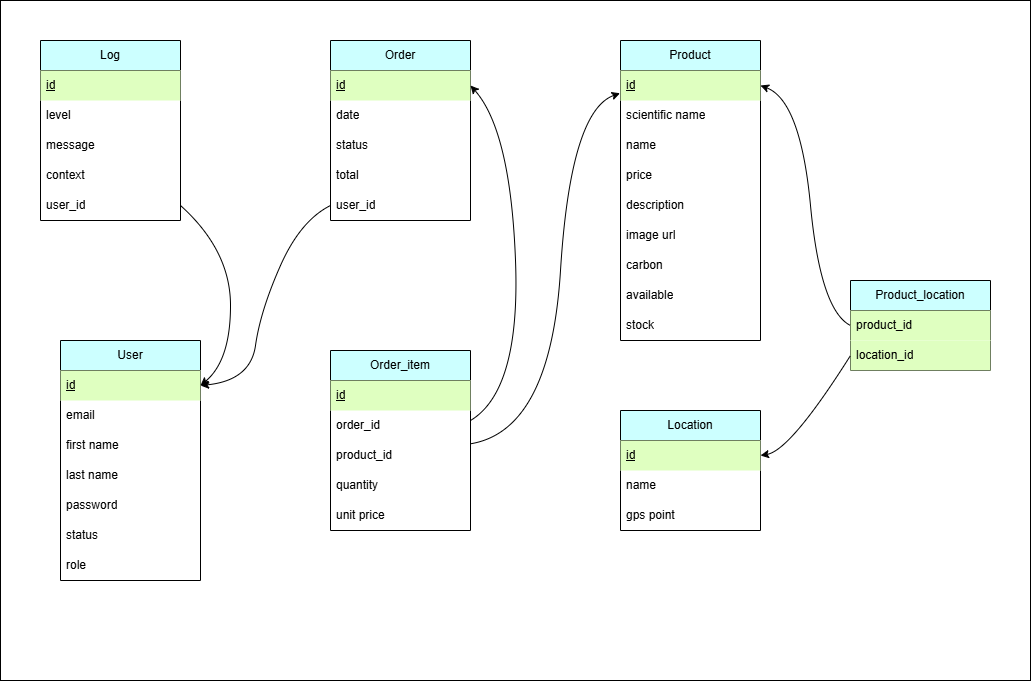
This is documents/Apothéose/merise/mld/MLD_GreenRoots.drawio.png from Salyarket/GreenRoots-Conception, a draw.io export, as it was before one commit. Source tidied: cells renumbered, new cells last; positions are measured from the earlier drawing's top-left corner, leaving out a move shared by most shapes.
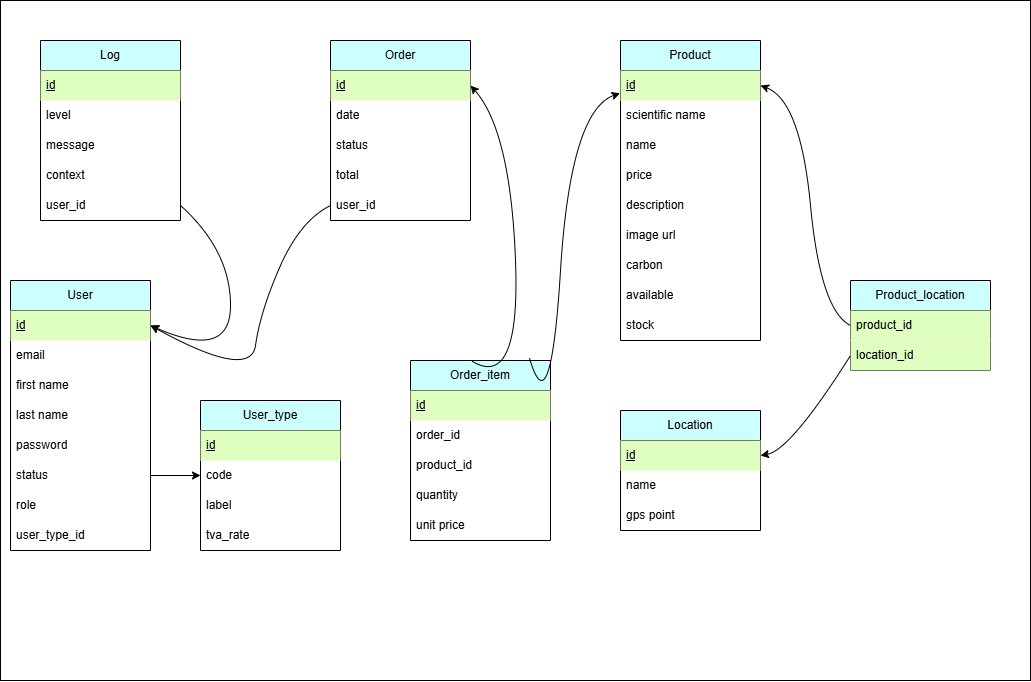
The same diagram one commit later.

What changed in the source:
```diff
@@ -6,7 +6,7 @@
       <mxGeometry width="1030" height="680" as="geometry" />
     </mxCell>
     <mxCell id="3" value="User" style="swimlane;fontStyle=0;horizontal=1;startSize=30;whiteSpace=wrap;html=1;fillColor=#CCFFFF;" parent="1" vertex="1">
-      <mxGeometry x="60" y="340" width="140" height="240" as="geometry" />
+      <mxGeometry x="10" y="280" width="140" height="270" as="geometry" />
     </mxCell>
     <mxCell id="4" value="&lt;u&gt;id&lt;/u&gt;" style="text;strokeColor=none;fillColor=#DFFFC0;align=left;verticalAlign=middle;spacingLeft=4;spacingRight=4;overflow=hidden;points=[[0,0.5],[1,0.5]];portConstraint=eastwest;whiteSpace=wrap;html=1;" parent="3" vertex="1">
       <mxGeometry y="30" width="140" height="30" as="geometry" />
@@ -26,8 +26,11 @@
     <mxCell id="9" value="status" style="text;strokeColor=none;fillColor=none;align=left;verticalAlign=middle;spacingLeft=4;spacingRight=4;overflow=hidden;points=[[0,0.5],[1,0.5]];portConstraint=eastwest;whiteSpace=wrap;html=1;" parent="3" vertex="1">
       <mxGeometry y="180" width="140" height="30" as="geometry" />
     </mxCell>
+    <mxCell id="52" value="role" style="text;strokeColor=none;fillColor=none;align=left;verticalAlign=middle;spacingLeft=4;spacingRight=4;overflow=hidden;whiteSpace=wrap;html=1;" parent="3" vertex="1">
+      <mxGeometry y="210" width="140" height="30" as="geometry" />
+    </mxCell>
-    <mxCell id="10" value="role" style="text;strokeColor=none;fillColor=none;align=left;verticalAlign=middle;spacingLeft=4;spacingRight=4;overflow=hidden;whiteSpace=wrap;html=1;" parent="3" vertex="1">
-      <mxGeometry y="210" width="140" height="30" as="geometry" />
+    <mxCell id="10" value="user_type_id" style="text;strokeColor=none;fillColor=none;align=left;verticalAlign=middle;spacingLeft=4;spacingRight=4;overflow=hidden;whiteSpace=wrap;html=1;" parent="3" vertex="1">
+      <mxGeometry y="240" width="140" height="30" as="geometry" />
     </mxCell>
     <mxCell id="11" value="Product" style="swimlane;fontStyle=0;horizontal=1;startSize=30;whiteSpace=wrap;html=1;fillColor=#CCFFFF;" parent="1" vertex="1">
       <mxGeometry x="620" y="40" width="140" height="300" as="geometry" />
@@ -108,7 +111,7 @@
       <mxGeometry y="150" width="140" height="30" as="geometry" />
     </mxCell>
     <mxCell id="37" value="Order_item" style="swimlane;fontStyle=0;horizontal=1;startSize=30;whiteSpace=wrap;html=1;fillColor=#CCFFFF;" parent="1" vertex="1">
-      <mxGeometry x="330" y="350" width="140" height="180" as="geometry" />
+      <mxGeometry x="410" y="360" width="140" height="180" as="geometry" />
     </mxCell>
     <mxCell id="38" value="&lt;u&gt;id&lt;/u&gt;" style="text;strokeColor=none;fillColor=#DFFFC0;align=left;verticalAlign=middle;spacingLeft=4;spacingRight=4;overflow=hidden;whiteSpace=wrap;html=1;" parent="37" vertex="1">
       <mxGeometry y="30" width="140" height="30" as="geometry" />
@@ -134,7 +137,7 @@
     <mxCell id="45" value="location_id" style="text;strokeColor=none;fillColor=#DFFFC0;align=left;verticalAlign=middle;spacingLeft=4;spacingRight=4;overflow=hidden;points=[[0,0.5],[1,0.5]];portConstraint=eastwest;whiteSpace=wrap;html=1;" parent="43" vertex="1">
       <mxGeometry y="60" width="140" height="30" as="geometry" />
     </mxCell>
-    <mxCell id="46" style="curved=1;endArrow=classic;html=1;rounded=0;exitX=1.001;exitY=0.109;exitDx=0;exitDy=0;exitPerimeter=0;entryX=-0.003;entryY=0.758;entryDx=0;entryDy=0;entryPerimeter=0;" parent="1" edge="1" source="40" target="12">
+    <mxCell id="46" style="curved=1;endArrow=classic;html=1;rounded=0;exitX=0.849;exitY=-0.016;exitDx=0;exitDy=0;exitPerimeter=0;entryX=-0.003;entryY=0.758;entryDx=0;entryDy=0;entryPerimeter=0;" parent="1" edge="1" source="37" target="12">
       <mxGeometry relative="1" as="geometry">
         <Array as="points">
           <mxPoint x="550" y="430" />
@@ -142,9 +145,8 @@
         </Array>
       </mxGeometry>
     </mxCell>
-    <mxCell id="47" style="curved=1;endArrow=classic;html=1;rounded=0;entryX=1;entryY=0.5;entryDx=0;entryDy=0;" parent="1" edge="1" target="26">
+    <mxCell id="47" style="curved=1;endArrow=classic;html=1;rounded=0;entryX=1;entryY=0.5;entryDx=0;entryDy=0;exitX=0.44;exitY=0.004;exitDx=0;exitDy=0;exitPerimeter=0;" parent="1" edge="1" source="37" target="26">
       <mxGeometry relative="1" as="geometry">
-        <mxPoint x="470" y="420" as="sourcePoint" />
         <Array as="points">
           <mxPoint x="520" y="390" />
           <mxPoint x="510" y="130" />
@@ -183,5 +185,23 @@
         </Array>
       </mxGeometry>
     </mxCell>
+    <mxCell id="53" value="User_type" style="swimlane;fontStyle=0;horizontal=1;startSize=30;whiteSpace=wrap;html=1;fillColor=#CCFFFF;" parent="1" vertex="1">
+      <mxGeometry x="200" y="400" width="140" height="150" as="geometry" />
+    </mxCell>
+    <mxCell id="54" value="&lt;u&gt;id&lt;/u&gt;" style="text;strokeColor=none;fillColor=#DFFFC0;align=left;verticalAlign=middle;spacingLeft=4;spacingRight=4;overflow=hidden;whiteSpace=wrap;html=1;" parent="53" vertex="1">
+      <mxGeometry y="30" width="140" height="30" as="geometry" />
+    </mxCell>
+    <mxCell id="55" value="code" style="text;strokeColor=none;fillColor=none;align=left;verticalAlign=middle;spacingLeft=4;spacingRight=4;overflow=hidden;points=[[0,0.5],[1,0.5]];portConstraint=eastwest;whiteSpace=wrap;html=1;" parent="53" vertex="1">
+      <mxGeometry y="60" width="140" height="30" as="geometry" />
+    </mxCell>
+    <mxCell id="56" value="label" style="text;strokeColor=none;fillColor=none;align=left;verticalAlign=middle;spacingLeft=4;spacingRight=4;overflow=hidden;whiteSpace=wrap;html=1;" parent="53" vertex="1">
+      <mxGeometry y="90" width="140" height="30" as="geometry" />
+    </mxCell>
+    <mxCell id="57" value="tva_rate" style="text;strokeColor=none;fillColor=none;align=left;verticalAlign=middle;spacingLeft=4;spacingRight=4;overflow=hidden;whiteSpace=wrap;html=1;" parent="53" vertex="1">
+      <mxGeometry y="120" width="140" height="30" as="geometry" />
+    </mxCell>
+    <mxCell id="58" style="edgeStyle=none;html=1;entryX=0;entryY=0.5;entryDx=0;entryDy=0;" parent="1" edge="1" source="9" target="55">
+      <mxGeometry relative="1" as="geometry" />
+    </mxCell>
   </root>
 </mxGraphModel>
```
